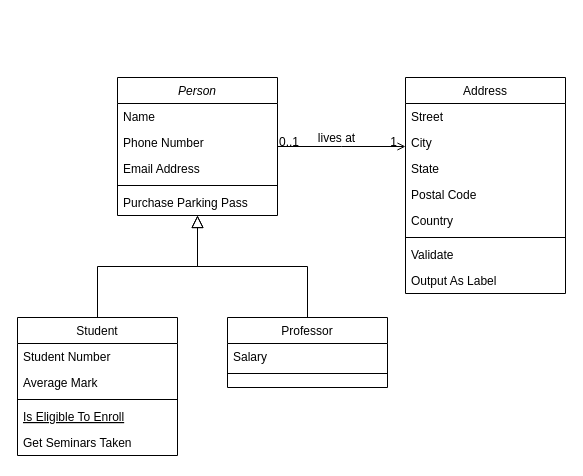
Above: 未命名绘图.drawio in tttxxp/wiki (draw.io), before the change. Source tidied: cells renumbered, new cells numbered last; positions are measured from the earlier drawing's top-left corner, leaving out a move shared by most shapes. Both pictures are drawn from the tidied source at 100%, with x=0, y=0 at pixel (17, 77).
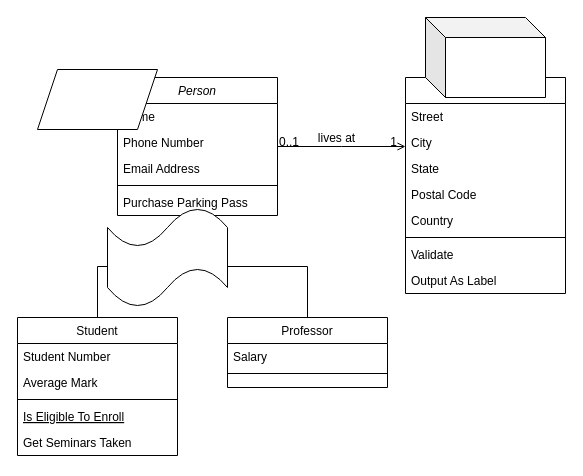
The same page after the edit.

Commit message:
更新未命名绘图.drawio

What changed in the source:
```diff
@@
+    <mxCell id="32" style="shape=parallelogram;perimeter=parallelogramPerimeter;whiteSpace=wrap;html=1;fixedSize=1;" parent="1" vertex="1">
+      <mxGeometry x="20" y="-8" width="120" height="60" as="geometry" />
+    </mxCell>
+    <mxCell id="33" style="shape=tape;whiteSpace=wrap;html=1;" parent="1" vertex="1">
+      <mxGeometry x="90" y="130" width="120" height="100" as="geometry" />
+    </mxCell>
+    <mxCell id="34" style="shape=cube;whiteSpace=wrap;html=1;boundedLbl=1;backgroundOutline=1;darkOpacity=0.05;darkOpacity2=0.1;" parent="1" vertex="1">
+      <mxGeometry x="408" y="-60" width="120" height="80" as="geometry" />
+    </mxCell>
```
